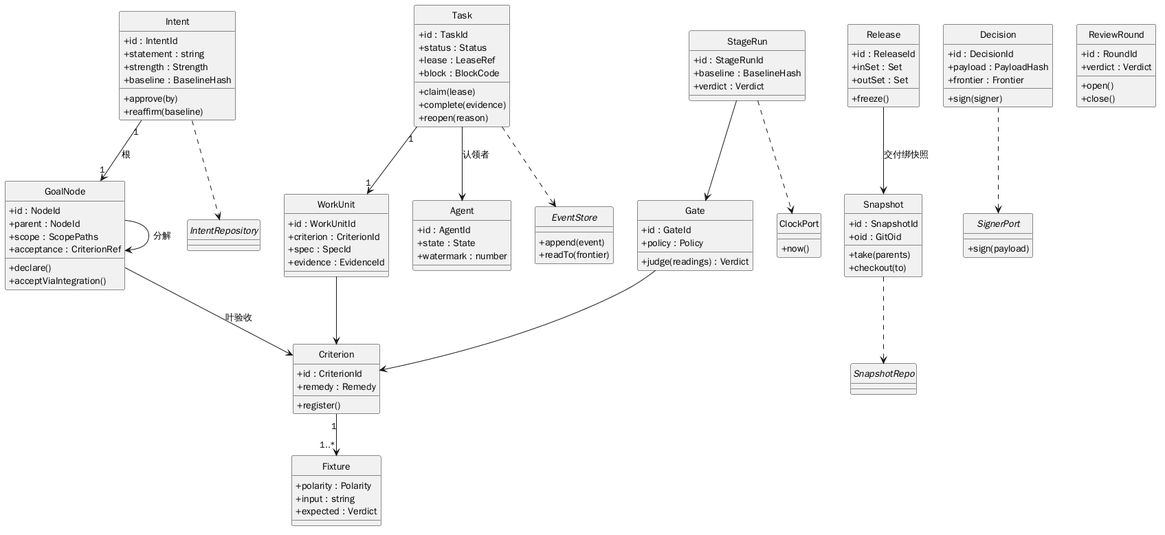
The PlantUML diagram design/diagrams/uml-class.png in raitpor/dsh-software-dev-office, before a commit. Its diagram source:
```plantuml
@startuml
skinparam classAttributeIconSize 0
hide circle
class Intent {
  + id : IntentId
  + statement : string
  + strength : Strength
  + baseline : BaselineHash
  + approve(by)
  + reaffirm(baseline)
}
class GoalNode {
  + id : NodeId
  + parent : NodeId
  + scope : ScopePaths
  + acceptance : CriterionRef
  + declare()
  + acceptViaIntegration()
}
class Task {
  + id : TaskId
  + status : Status
  + lease : LeaseRef
  + block : BlockCode
  + claim(lease)
  + complete(evidence)
  + reopen(reason)
}
class WorkUnit {
  + id : WorkUnitId
  + criterion : CriterionId
  + spec : SpecId
  + evidence : EvidenceId
}
class Criterion {
  + id : CriterionId
  + remedy : Remedy
  + register()
}
class Fixture {
  + polarity : Polarity
  + input : string
  + expected : Verdict
}
class Gate {
  + id : GateId
  + policy : Policy
  + judge(readings) : Verdict
}
class StageRun {
  + id : StageRunId
  + baseline : BaselineHash
  + verdict : Verdict
}
class Snapshot {
  + id : SnapshotId
  + oid : GitOid
  + take(parents)
  + checkout(to)
}
class Decision {
  + id : DecisionId
  + payload : PayloadHash
  + frontier : Frontier
  + sign(signer)
}
class ReviewRound {
  + id : RoundId
  + verdict : Verdict
  + open()
  + close()
}
class Agent {
  + id : AgentId
  + state : State
  + watermark : number
}
class Release {
  + id : ReleaseId
  + inSet : Set
  + outSet : Set
  + freeze()
}
interface IntentRepository
interface EventStore {
  + append(event)
  + readTo(frontier)
}
interface SnapshotRepo
interface SignerPort {
  + sign(payload)
}
class ClockPort {
  + now()
}

Intent "1" --> "1" GoalNode : 根
GoalNode --> GoalNode : 分解
GoalNode --> Criterion : 叶验收
Task "1" --> "1" WorkUnit
WorkUnit --> Criterion
Criterion "1" --> "1..*" Fixture
Gate --> Criterion
StageRun --> Gate
Release --> Snapshot : 交付绑快照
Task --> Agent : 认领者
Intent ..> IntentRepository
Task ..> EventStore
Snapshot ..> SnapshotRepo
Decision ..> SignerPort
StageRun ..> ClockPort
@enduml
```
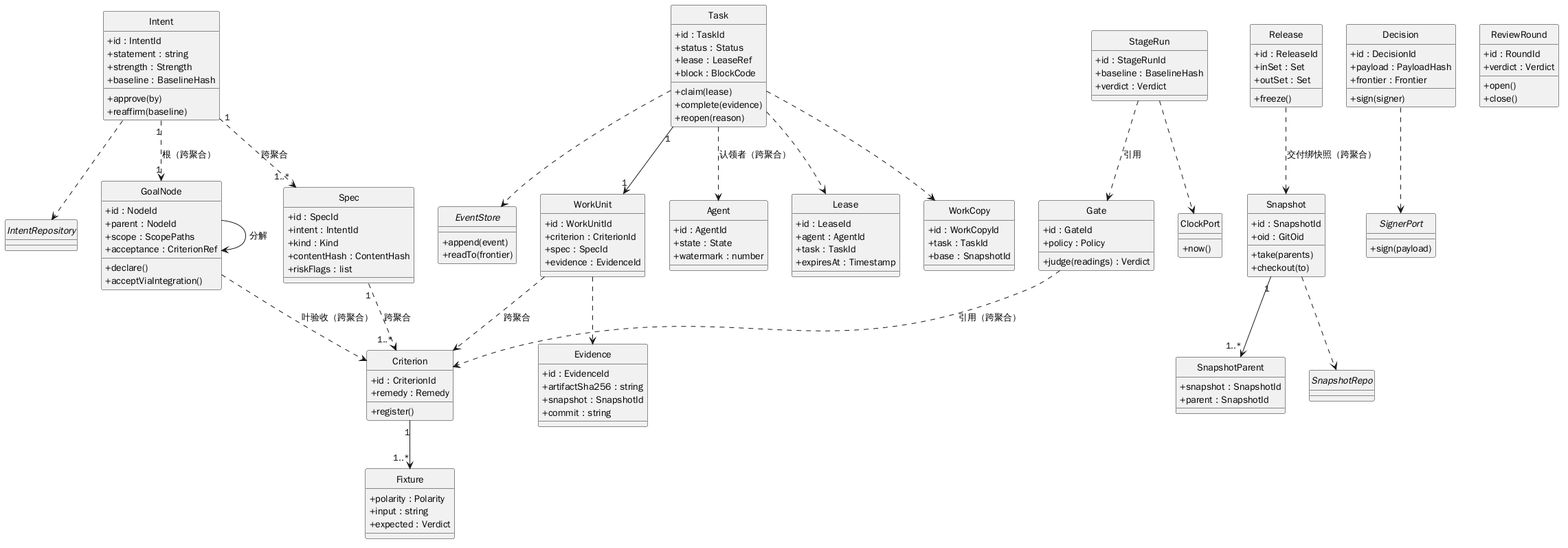
After the change.

Change to the diagram source:
```diff
@@ -75,6 +75,34 @@
   + state : State
   + watermark : number
 }
+class Spec {
+  + id : SpecId
+  + intent : IntentId
+  + kind : Kind
+  + contentHash : ContentHash
+  + riskFlags : list
+}
+class Evidence {
+  + id : EvidenceId
+  + artifactSha256 : string
+  + snapshot : SnapshotId
+  + commit : string
+}
+class Lease {
+  + id : LeaseId
+  + agent : AgentId
+  + task : TaskId
+  + expiresAt : Timestamp
+}
+class WorkCopy {
+  + id : WorkCopyId
+  + task : TaskId
+  + base : SnapshotId
+}
+class SnapshotParent {
+  + snapshot : SnapshotId
+  + parent : SnapshotId
+}
 class Release {
   + id : ReleaseId
   + inSet : Set
@@ -94,16 +122,22 @@
   + now()
 }
 
-Intent "1" --> "1" GoalNode : 根
+Intent "1" ..> "1..*" Spec : 跨聚合
+Spec "1" ..> "1..*" Criterion : 跨聚合
+WorkUnit ..> Evidence
+Task ..> Lease
+Task ..> WorkCopy
+Snapshot "1" --> "1..*" SnapshotParent
+Intent "1" ..> "1" GoalNode : 根（跨聚合）
 GoalNode --> GoalNode : 分解
-GoalNode --> Criterion : 叶验收
+GoalNode ..> Criterion : 叶验收（跨聚合）
 Task "1" --> "1" WorkUnit
-WorkUnit --> Criterion
+WorkUnit ..> Criterion : 跨聚合
 Criterion "1" --> "1..*" Fixture
-Gate --> Criterion
-StageRun --> Gate
-Release --> Snapshot : 交付绑快照
-Task --> Agent : 认领者
+Gate ..> Criterion : 引用（跨聚合）
+StageRun ..> Gate : 引用
+Release ..> Snapshot : 交付绑快照（跨聚合）
+Task ..> Agent : 认领者（跨聚合）
 Intent ..> IntentRepository
 Task ..> EventStore
 Snapshot ..> SnapshotRepo
```
